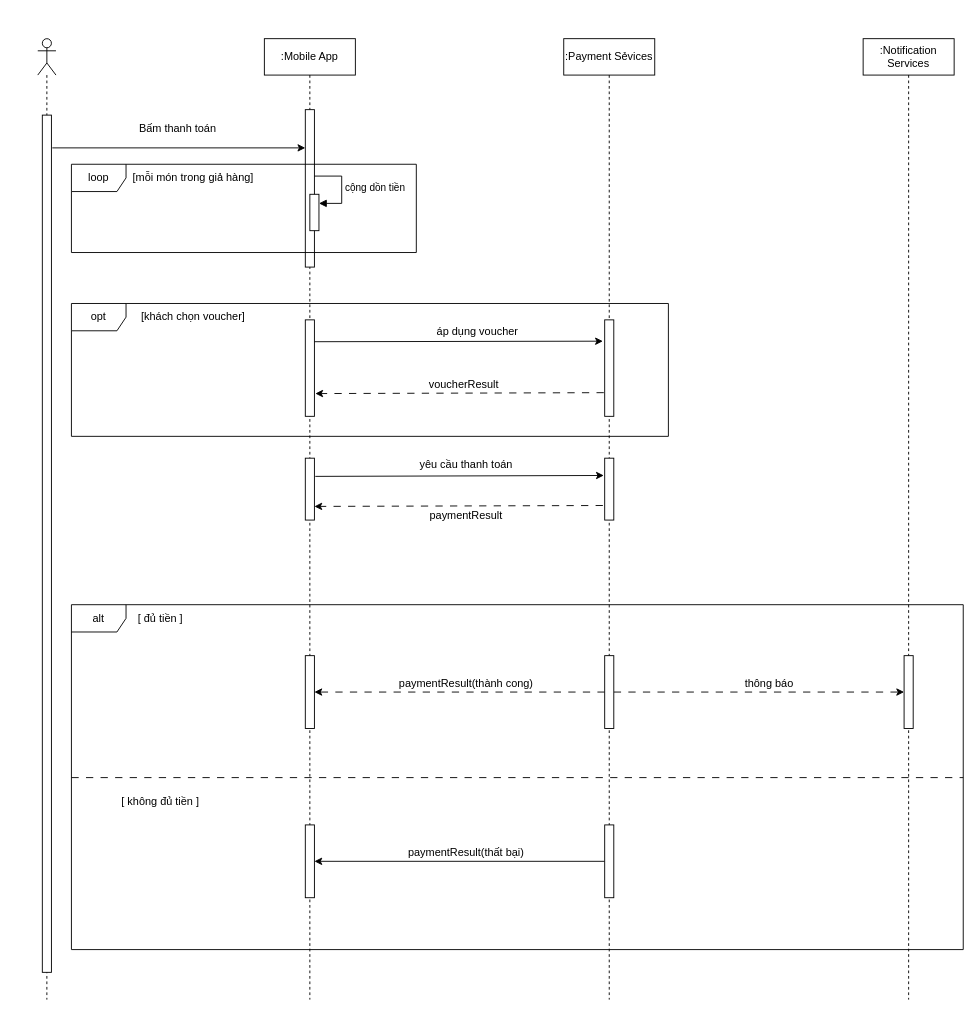
The draw.io diagram BTTH.drawio in hwp07/PhamHongPhong-B25DTCN119-IT105-SS9-BTTH, before the edit. Source tidied: cells renumbered, new cells numbered last; positions are measured from the earlier drawing's top-left corner, leaving out a move shared by most shapes. Both pictures are drawn from the tidied source at 91%, with x=0, y=0 at pixel (37, 38).
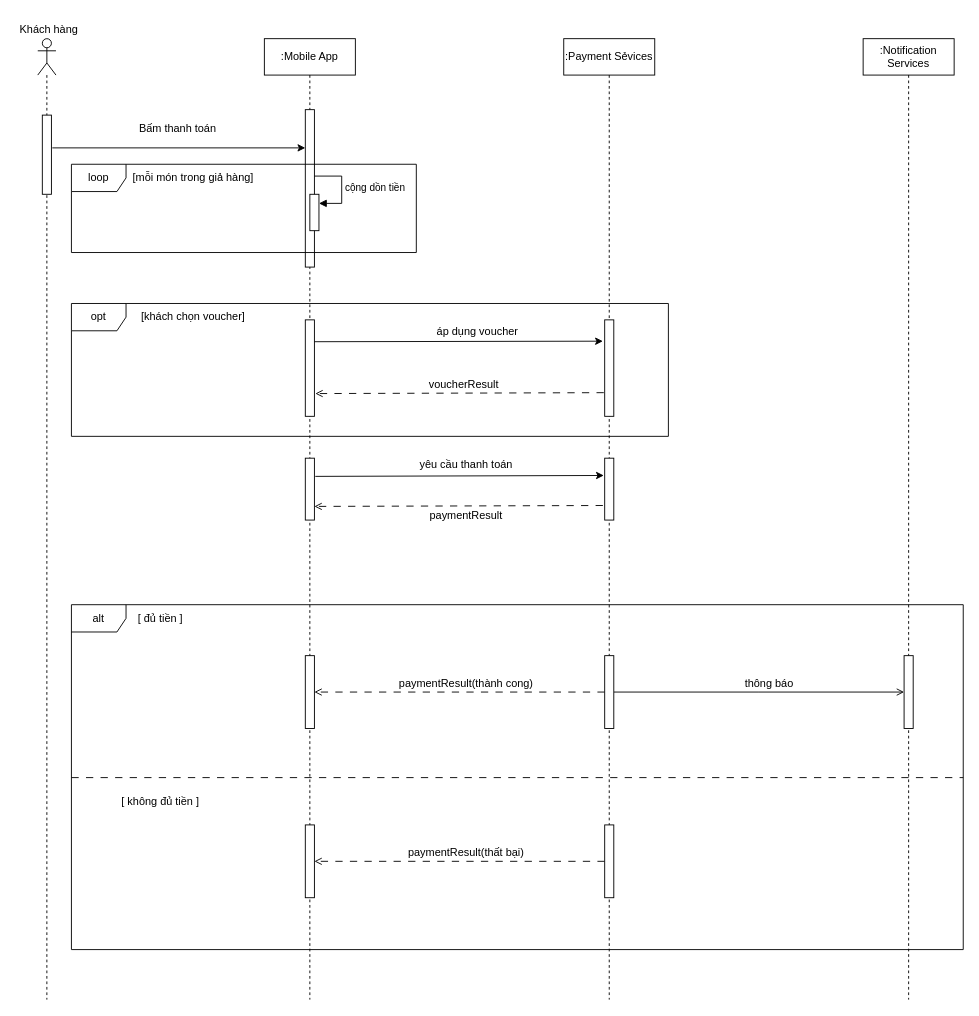
Above is the later version.

Unchanged cells that the change refers to:
```xml
<mxCell id="2" style="shape=umlLifeline;perimeter=lifelinePerimeter;whiteSpace=wrap;html=1;newEdgeStyle={&quot;curved&quot;:0,&quot;rounded&quot;:0};participant=umlActor;" parent="1" vertex="1">
  <mxGeometry width="20" height="1056" as="geometry" />
</mxCell>
<mxCell id="7" value=":Payment Sẻvices" style="shape=umlLifeline;perimeter=lifelinePerimeter;whiteSpace=wrap;html=1;newEdgeStyle={&quot;curved&quot;:0,&quot;rounded&quot;:0};" parent="1" vertex="1">
  <mxGeometry x="578" width="100" height="1056" as="geometry" />
</mxCell>
<mxCell id="10" style="html=1;points=[[0,0,0,0,5],[0,1,0,0,-5],[1,0,0,0,5],[1,1,0,0,-5]];perimeter=orthogonalPerimeter;outlineConnect=0;targetShapes=umlLifeline;portConstraint=eastwest;newEdgeStyle={&quot;curved&quot;:0,&quot;rounded&quot;:0};" parent="7" vertex="1">
  <mxGeometry x="45" y="864" width="10" height="80" as="geometry" />
</mxCell>
<mxCell id="11" style="html=1;points=[[0,0,0,0,5],[0,1,0,0,-5],[1,0,0,0,5],[1,1,0,0,-5]];perimeter=orthogonalPerimeter;outlineConnect=0;targetShapes=umlLifeline;portConstraint=eastwest;newEdgeStyle={&quot;curved&quot;:0,&quot;rounded&quot;:0};" parent="7" vertex="1">
  <mxGeometry x="-284" y="864" width="10" height="80" as="geometry" />
</mxCell>
<mxCell id="37" style="html=1;points=[[0,0,0,0,5],[0,1,0,0,-5],[1,0,0,0,5],[1,1,0,0,-5]];perimeter=orthogonalPerimeter;outlineConnect=0;targetShapes=umlLifeline;portConstraint=eastwest;newEdgeStyle={&quot;curved&quot;:0,&quot;rounded&quot;:0};" parent="1" vertex="1">
  <mxGeometry x="623" y="678" width="10" height="80" as="geometry" />
</mxCell>
<mxCell id="38" style="html=1;points=[[0,0,0,0,5],[0,1,0,0,-5],[1,0,0,0,5],[1,1,0,0,-5]];perimeter=orthogonalPerimeter;outlineConnect=0;targetShapes=umlLifeline;portConstraint=eastwest;newEdgeStyle={&quot;curved&quot;:0,&quot;rounded&quot;:0};" parent="1" vertex="1">
  <mxGeometry x="294" y="678" width="10" height="80" as="geometry" />
</mxCell>
<mxCell id="40" style="html=1;points=[[0,0,0,0,5],[0,1,0,0,-5],[1,0,0,0,5],[1,1,0,0,-5]];perimeter=orthogonalPerimeter;outlineConnect=0;targetShapes=umlLifeline;portConstraint=eastwest;newEdgeStyle={&quot;curved&quot;:0,&quot;rounded&quot;:0};" parent="1" vertex="1">
  <mxGeometry x="952" y="678" width="10" height="80" as="geometry" />
</mxCell>
```

What changed in the source:
```diff
@@
     <mxCell id="3" style="html=1;perimeter=orthogonalPerimeter;targetShapes=umlLifeline;newEdgeStyle={&quot;curved&quot;:0,&quot;rounded&quot;:0};" parent="2" vertex="1">
-      <mxGeometry x="5" y="84" width="10" height="942" as="geometry" />
+      <mxGeometry x="5" y="84" width="10" height="87" as="geometry" />
     </mxCell>
@@
-    <mxCell id="9" style="edgeStyle=orthogonalEdgeStyle;rounded=0;jettySize=auto;html=1;curved=0;" parent="7" edge="1" source="10" target="11">
-      <mxGeometry relative="1" as="geometry" />
+    <mxCell id="9" style="edgeStyle=orthogonalEdgeStyle;rounded=0;jettySize=auto;html=1;curved=0;dashed=1;dashPattern=8 8;endArrow=open;endFill=0;" parent="7" edge="1" source="10">
+      <mxGeometry relative="1" as="geometry">
+        <mxPoint x="-274" y="904" as="targetPoint" />
+      </mxGeometry>
     </mxCell>
@@
-    <mxCell id="26" style="endArrow=classic;html=1;rounded=0;entryX=-0.202;entryY=0.221;entryDx=0;entryDy=0;entryPerimeter=0;dashed=1;dashPattern=8 8;" parent="1" edge="1">
+    <mxCell id="26" style="endArrow=open;html=1;rounded=0;entryX=-0.202;entryY=0.221;entryDx=0;entryDy=0;entryPerimeter=0;dashed=1;dashPattern=8 8;endFill=0;" parent="1" edge="1">
       <mxGeometry relative="1" as="geometry">
         <mxPoint x="622" y="389" as="sourcePoint" />
         <mxPoint x="305" y="390" as="targetPoint" />
       </mxGeometry>
     </mxCell>
@@
-    <mxCell id="29" style="endArrow=classic;html=1;rounded=0;entryX=-0.202;entryY=0.221;entryDx=0;entryDy=0;entryPerimeter=0;dashed=1;dashPattern=8 8;" parent="1" edge="1">
+    <mxCell id="29" style="endArrow=open;html=1;rounded=0;entryX=-0.202;entryY=0.221;entryDx=0;entryDy=0;entryPerimeter=0;dashed=1;dashPattern=8 8;endFill=0;" parent="1" edge="1">
       <mxGeometry relative="1" as="geometry">
         <mxPoint x="621" y="513" as="sourcePoint" />
         <mxPoint x="304" y="514" as="targetPoint" />
       </mxGeometry>
     </mxCell>
@@
-    <mxCell id="35" style="edgeStyle=orthogonalEdgeStyle;rounded=0;jettySize=auto;html=1;curved=0;dashed=1;dashPattern=8 8;" parent="1" edge="1" source="37" target="38">
+    <mxCell id="35" style="edgeStyle=orthogonalEdgeStyle;rounded=0;jettySize=auto;html=1;curved=0;dashed=1;dashPattern=8 8;endArrow=open;endFill=0;" parent="1" edge="1" source="37" target="38">
       <mxGeometry relative="1" as="geometry" />
     </mxCell>
-    <mxCell id="36" style="edgeStyle=orthogonalEdgeStyle;rounded=0;jettySize=auto;html=1;curved=0;dashed=1;dashPattern=8 8;" parent="1" edge="1" source="37" target="40">
-      <mxGeometry relative="1" as="geometry" />
+    <mxCell id="36" style="edgeStyle=orthogonalEdgeStyle;rounded=0;jettySize=auto;html=1;curved=0;endArrow=open;endFill=0;" parent="1" edge="1" source="37">
+      <mxGeometry relative="1" as="geometry">
+        <mxPoint x="952" y="718" as="targetPoint" />
+      </mxGeometry>
     </mxCell>
@@
+    <mxCell id="43" value="Khách hàng" style="text;html=1;whiteSpace=wrap;strokeColor=none;fillColor=none;align=center;verticalAlign=middle;rounded=0;" parent="1" vertex="1">
+      <mxGeometry x="-24" y="-25" width="73" height="30" as="geometry" />
+    </mxCell>
```
